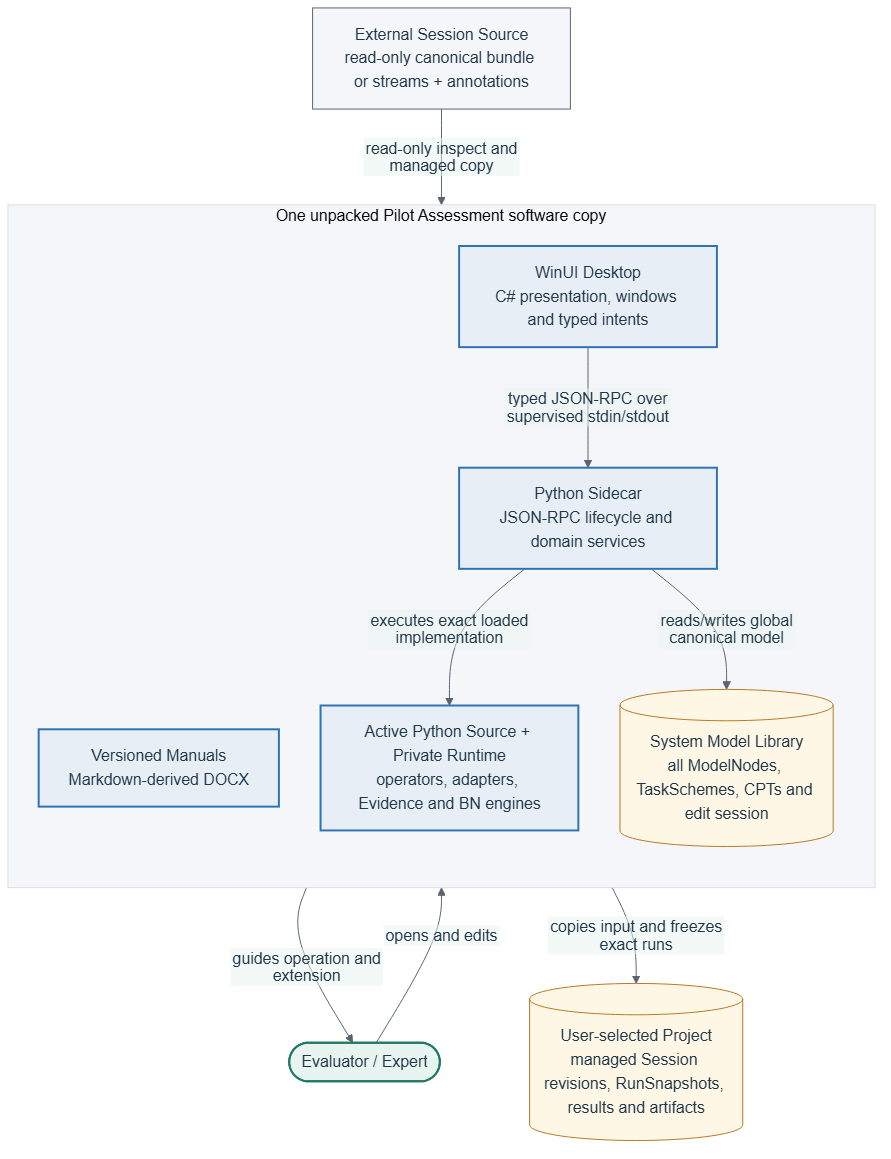
Earlier version of the Mermaid export docs/product/manuals/assets/diagrams/c4-container.png (Foreverlongdamai/pilot-assessment-AI-system). Its source is kept beside it as docs/product/manuals/assets/diagrams/c4-container.mmd. Its diagram source:
```mermaid
flowchart TB
    user(["Evaluator / Expert"])
    raw["External Session Source\nread-only canonical bundle or streams + annotations"]
    project[("User-selected Project\nmanaged Session revisions, RunSnapshots, results and artifacts")]

    subgraph copy["One unpacked Pilot Assessment software copy"]
        direction TB
        manuals["Versioned Manuals\nMarkdown-derived DOCX"]
        ui["WinUI Desktop\nC# presentation, windows and typed intents"]
        sidecar["Python Sidecar\nJSON-RPC lifecycle and domain services"]
        source["Active Python Source + Private Runtime\noperators, adapters, Evidence and BN engines"]
        model[("System Model Library\nall ModelNodes, TaskSchemes, CPTs and edit session")]

        ui -->|"typed JSON-RPC over supervised stdin/stdout"| sidecar
        sidecar -->|"executes exact loaded implementation"| source
        sidecar -->|"reads/writes global canonical model"| model
    end

    manuals -->|"guides operation and extension"| user
    user -->|"opens and edits"| ui
    raw -->|"read-only inspect and managed copy"| sidecar
    sidecar -->|"copies input and freezes exact runs"| project

    classDef person fill:#E8F4EF,stroke:#1F7A64,color:#203748,stroke-width:2px;
    classDef app fill:#E8EEF5,stroke:#2E74B5,color:#203748,stroke-width:2px;
    classDef store fill:#FFF7E6,stroke:#B7791F,color:#203748;
    classDef external fill:#F4F6F9,stroke:#5A6470,color:#203748;
    class user person;
    class ui,sidecar,source,manuals app;
    class model,project store;
    class raw external;
```
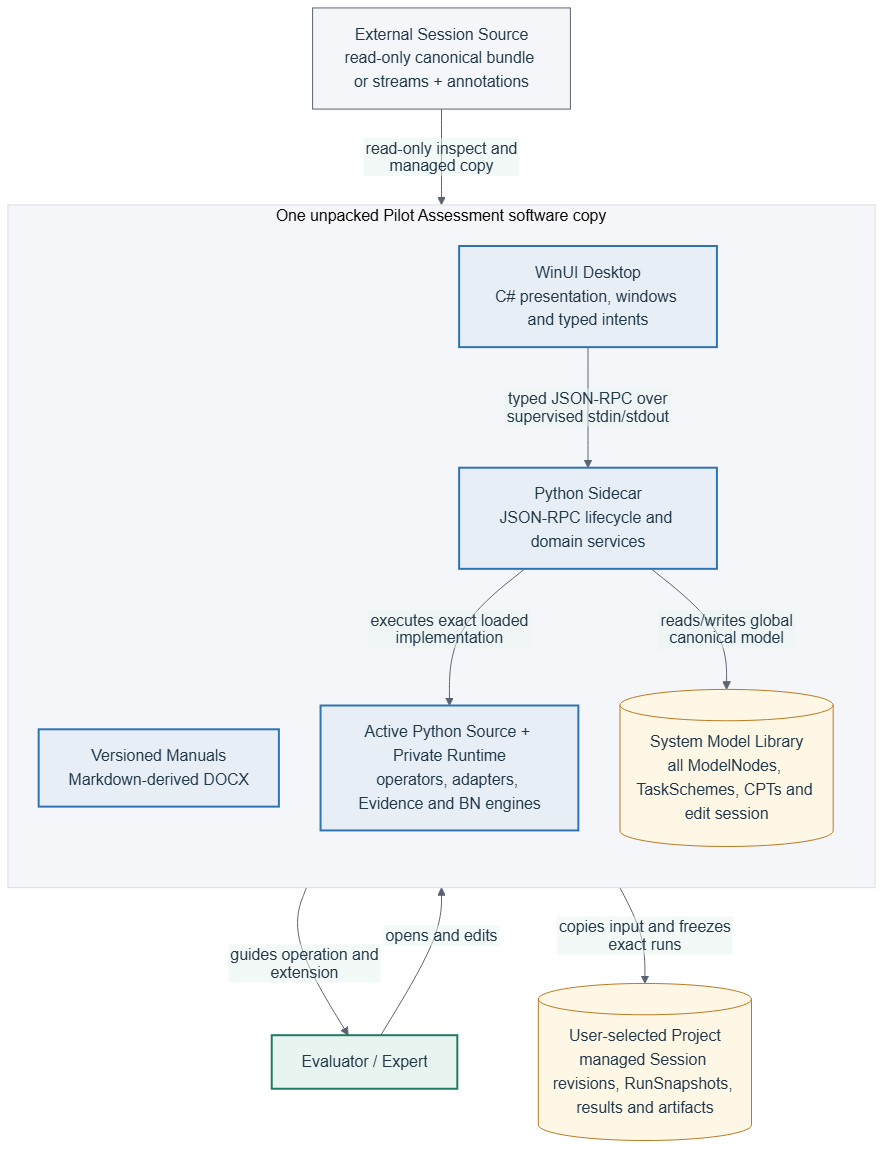
After the change.

Change to the diagram source:
```diff
@@ -1,5 +1,5 @@
 flowchart TB
-    user(["Evaluator / Expert"])
+    user["Evaluator / Expert"]
     raw["External Session Source\nread-only canonical bundle or streams + annotations"]
     project[("User-selected Project\nmanaged Session revisions, RunSnapshots, results and artifacts")]
 
```
